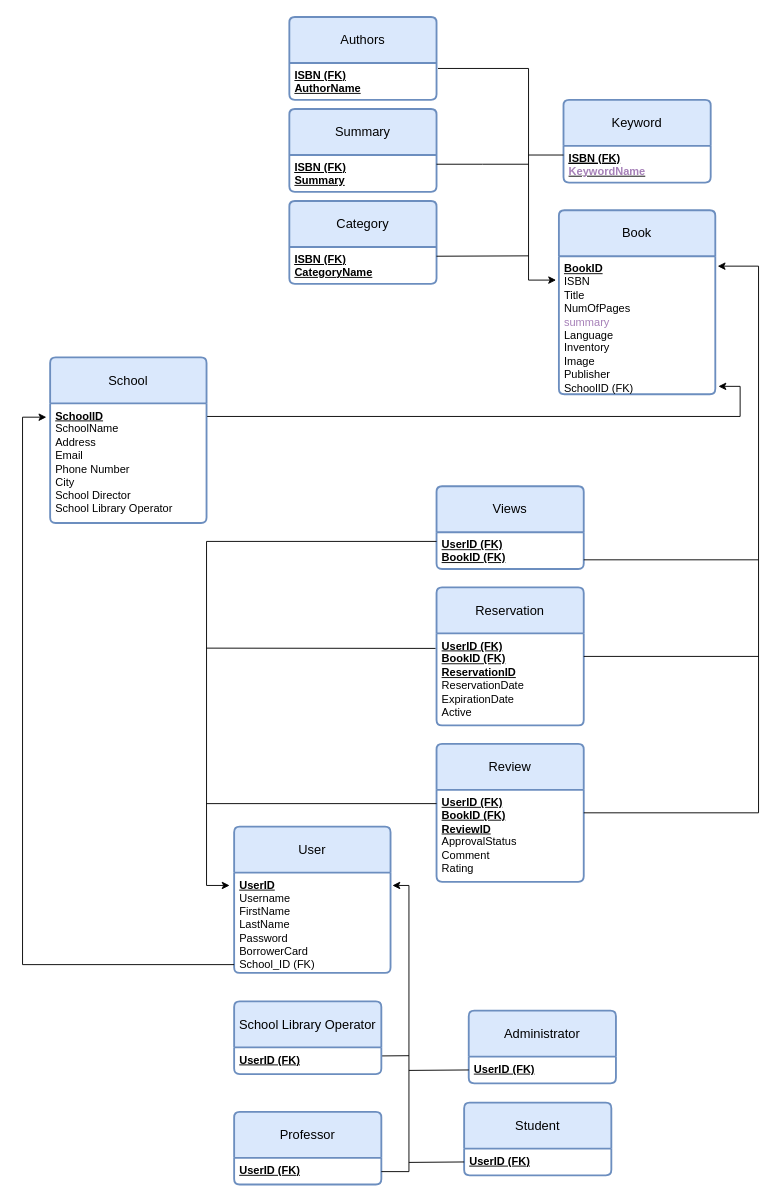
ntua-el19877/Databases keeps this draw.io diagram as diagrams/Prosxedio-relational.drawio. Above is the earlier version. Source tidied: cells renumbered, new cells numbered last; positions are measured from the earlier drawing's top-left corner, leaving out a move shared by most shapes. Both pictures are drawn from the tidied source at 92%, with x=0, y=0 at pixel (22, 17).
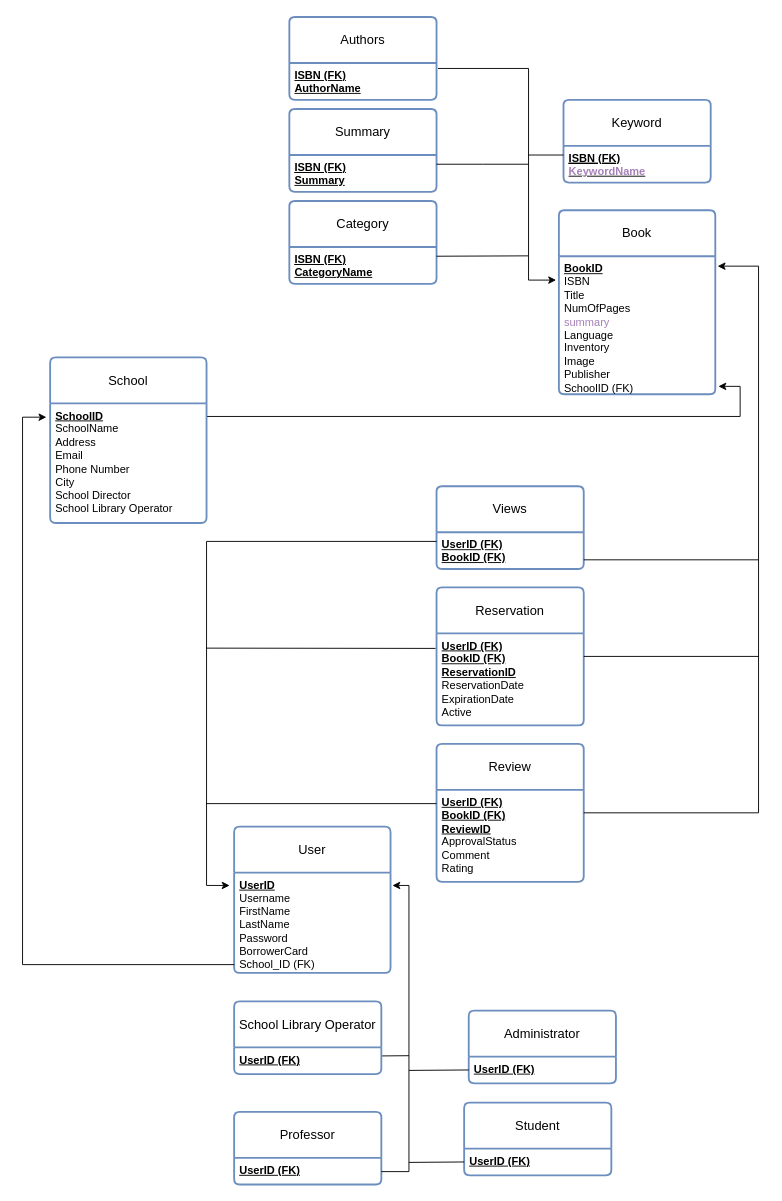
After the change.

Diff of the diagram source:
```diff
@@
-    <mxCell id="2" value="School" style="swimlane;horizontal=1;startSize=50;rounded=1;fontSize=14;fontStyle=0;strokeWidth=2;shadow=0;dashed=0;align=center;arcSize=4;whiteSpace=wrap;html=1;fillColor=#dae8fc;strokeColor=#6c8ebf;" parent="1" vertex="1">
+    <mxCell id="2" value="School" style="swimlane;horizontal=1;startSize=50;rounded=1;fontSize=14;fontStyle=0;strokeWidth=2;shadow=0;dashed=0;align=center;arcSize=4;whiteSpace=wrap;html=1;fillColor=default;strokeColor=#6c8ebf;" parent="1" vertex="1">
       <mxGeometry x="30" y="370" width="170" height="180" as="geometry" />
     </mxCell>
@@
-    <mxCell id="4" value="Book" style="swimlane;horizontal=1;startSize=50;rounded=1;fontSize=14;fontStyle=0;strokeWidth=2;shadow=0;dashed=0;align=center;arcSize=4;whiteSpace=wrap;html=1;fillColor=#dae8fc;strokeColor=#6c8ebf;" parent="1" vertex="1">
+    <mxCell id="4" value="Book" style="swimlane;horizontal=1;startSize=50;rounded=1;fontSize=14;fontStyle=0;strokeWidth=2;shadow=0;dashed=0;align=center;arcSize=4;whiteSpace=wrap;html=1;fillColor=default;strokeColor=#6c8ebf;" parent="1" vertex="1">
       <mxGeometry x="583" y="210" width="170" height="200" as="geometry" />
     </mxCell>
@@
-    <mxCell id="6" value="Keyword" style="swimlane;horizontal=1;startSize=50;rounded=1;fontSize=14;fontStyle=0;strokeWidth=2;shadow=0;dashed=0;align=center;arcSize=4;whiteSpace=wrap;html=1;fillColor=#dae8fc;strokeColor=#6c8ebf;" parent="1" vertex="1">
+    <mxCell id="6" value="Keyword" style="swimlane;horizontal=1;startSize=50;rounded=1;fontSize=14;fontStyle=0;strokeWidth=2;shadow=0;dashed=0;align=center;arcSize=4;whiteSpace=wrap;html=1;fillColor=default;strokeColor=#6c8ebf;" parent="1" vertex="1">
       <mxGeometry x="588" y="90" width="160" height="90" as="geometry" />
     </mxCell>
@@
-    <mxCell id="8" value="Category" style="swimlane;horizontal=1;startSize=50;rounded=1;fontSize=14;fontStyle=0;strokeWidth=2;shadow=0;dashed=0;align=center;arcSize=4;whiteSpace=wrap;html=1;fillColor=#dae8fc;strokeColor=#6c8ebf;" parent="1" vertex="1">
+    <mxCell id="8" value="Category" style="swimlane;horizontal=1;startSize=50;rounded=1;fontSize=14;fontStyle=0;strokeWidth=2;shadow=0;dashed=0;align=center;arcSize=4;whiteSpace=wrap;html=1;fillColor=default;strokeColor=#6c8ebf;" parent="1" vertex="1">
       <mxGeometry x="290" y="200" width="160" height="90" as="geometry" />
     </mxCell>
@@
-    <mxCell id="10" value="Authors" style="swimlane;horizontal=1;startSize=50;rounded=1;fontSize=14;fontStyle=0;strokeWidth=2;shadow=0;dashed=0;align=center;arcSize=4;whiteSpace=wrap;html=1;fillColor=#dae8fc;strokeColor=#6c8ebf;" parent="1" vertex="1">
+    <mxCell id="10" value="Authors" style="swimlane;horizontal=1;startSize=50;rounded=1;fontSize=14;fontStyle=0;strokeWidth=2;shadow=0;dashed=0;align=center;arcSize=4;whiteSpace=wrap;html=1;fillColor=default;strokeColor=#6c8ebf;" parent="1" vertex="1">
       <mxGeometry x="290" width="160" height="90" as="geometry" />
     </mxCell>
@@
-    <mxCell id="12" value="User" style="swimlane;horizontal=1;startSize=50;rounded=1;fontSize=14;fontStyle=0;strokeWidth=2;shadow=0;dashed=0;align=center;arcSize=4;whiteSpace=wrap;html=1;fillColor=#dae8fc;strokeColor=#6c8ebf;" parent="1" vertex="1">
+    <mxCell id="12" value="User" style="swimlane;horizontal=1;startSize=50;rounded=1;fontSize=14;fontStyle=0;strokeWidth=2;shadow=0;dashed=0;align=center;arcSize=4;whiteSpace=wrap;html=1;fillColor=default;strokeColor=#6c8ebf;" parent="1" vertex="1">
       <mxGeometry x="230" y="880" width="170" height="159" as="geometry" />
     </mxCell>
@@
-    <mxCell id="15" value="School Library Operator" style="swimlane;horizontal=1;startSize=50;rounded=1;fontSize=14;fontStyle=0;strokeWidth=2;shadow=0;dashed=0;align=center;arcSize=4;whiteSpace=wrap;html=1;fillColor=#dae8fc;strokeColor=#6c8ebf;" parent="1" vertex="1">
+    <mxCell id="15" value="School Library Operator" style="swimlane;horizontal=1;startSize=50;rounded=1;fontSize=14;fontStyle=0;strokeWidth=2;shadow=0;dashed=0;align=center;arcSize=4;whiteSpace=wrap;html=1;fillColor=default;strokeColor=#6c8ebf;" parent="1" vertex="1">
       <mxGeometry x="230" y="1070" width="160" height="79" as="geometry" />
     </mxCell>
@@
-    <mxCell id="17" value="Professor" style="swimlane;horizontal=1;startSize=50;rounded=1;fontSize=14;fontStyle=0;strokeWidth=2;shadow=0;dashed=0;align=center;arcSize=4;whiteSpace=wrap;html=1;fillColor=#dae8fc;strokeColor=#6c8ebf;" parent="1" vertex="1">
+    <mxCell id="17" value="Professor" style="swimlane;horizontal=1;startSize=50;rounded=1;fontSize=14;fontStyle=0;strokeWidth=2;shadow=0;dashed=0;align=center;arcSize=4;whiteSpace=wrap;html=1;fillColor=default;strokeColor=#6c8ebf;" parent="1" vertex="1">
       <mxGeometry x="230" y="1190" width="160" height="79" as="geometry" />
     </mxCell>
@@
-    <mxCell id="19" value="Administrator" style="swimlane;horizontal=1;startSize=50;rounded=1;fontSize=14;fontStyle=0;strokeWidth=2;shadow=0;dashed=0;align=center;arcSize=4;whiteSpace=wrap;html=1;fillColor=#dae8fc;strokeColor=#6c8ebf;" parent="1" vertex="1">
+    <mxCell id="19" value="Administrator" style="swimlane;horizontal=1;startSize=50;rounded=1;fontSize=14;fontStyle=0;strokeWidth=2;shadow=0;dashed=0;align=center;arcSize=4;whiteSpace=wrap;html=1;fillColor=default;strokeColor=#6c8ebf;" parent="1" vertex="1">
       <mxGeometry x="485" y="1080" width="160" height="79" as="geometry" />
     </mxCell>
@@
-    <mxCell id="21" value="Student" style="swimlane;horizontal=1;startSize=50;rounded=1;fontSize=14;fontStyle=0;strokeWidth=2;shadow=0;dashed=0;align=center;arcSize=4;whiteSpace=wrap;html=1;fillColor=#dae8fc;strokeColor=#6c8ebf;" parent="1" vertex="1">
+    <mxCell id="21" value="Student" style="swimlane;horizontal=1;startSize=50;rounded=1;fontSize=14;fontStyle=0;strokeWidth=2;shadow=0;dashed=0;align=center;arcSize=4;whiteSpace=wrap;html=1;fillColor=default;strokeColor=#6c8ebf;" parent="1" vertex="1">
       <mxGeometry x="480" y="1180" width="160" height="79" as="geometry" />
     </mxCell>
@@
-    <mxCell id="23" value="Review" style="swimlane;horizontal=1;startSize=50;rounded=1;fontSize=14;fontStyle=0;strokeWidth=2;shadow=0;dashed=0;align=center;arcSize=4;whiteSpace=wrap;html=1;fillColor=#dae8fc;strokeColor=#6c8ebf;" parent="1" vertex="1">
+    <mxCell id="23" value="Review" style="swimlane;horizontal=1;startSize=50;rounded=1;fontSize=14;fontStyle=0;strokeWidth=2;shadow=0;dashed=0;align=center;arcSize=4;whiteSpace=wrap;html=1;fillColor=default;strokeColor=#6c8ebf;" parent="1" vertex="1">
       <mxGeometry x="450" y="790" width="160" height="150" as="geometry" />
     </mxCell>
@@
-    <mxCell id="25" value="Views" style="swimlane;horizontal=1;startSize=50;rounded=1;fontSize=14;fontStyle=0;strokeWidth=2;shadow=0;dashed=0;align=center;arcSize=4;whiteSpace=wrap;html=1;fillColor=#dae8fc;strokeColor=#6c8ebf;" parent="1" vertex="1">
+    <mxCell id="25" value="Views" style="swimlane;horizontal=1;startSize=50;rounded=1;fontSize=14;fontStyle=0;strokeWidth=2;shadow=0;dashed=0;align=center;arcSize=4;whiteSpace=wrap;html=1;fillColor=default;strokeColor=#6c8ebf;" parent="1" vertex="1">
       <mxGeometry x="450" y="510" width="160" height="90" as="geometry" />
     </mxCell>
@@
-    <mxCell id="27" value="Reservation" style="swimlane;horizontal=1;startSize=50;rounded=1;fontSize=14;fontStyle=0;strokeWidth=2;shadow=0;dashed=0;align=center;arcSize=4;whiteSpace=wrap;html=1;fillColor=#dae8fc;strokeColor=#6c8ebf;" parent="1" vertex="1">
+    <mxCell id="27" value="Reservation" style="swimlane;horizontal=1;startSize=50;rounded=1;fontSize=14;fontStyle=0;strokeWidth=2;shadow=0;dashed=0;align=center;arcSize=4;whiteSpace=wrap;html=1;fillColor=default;strokeColor=#6c8ebf;" parent="1" vertex="1">
       <mxGeometry x="450" y="620" width="160" height="150" as="geometry" />
     </mxCell>
@@
-    <mxCell id="42" value="Summary" style="swimlane;horizontal=1;startSize=50;rounded=1;fontSize=14;fontStyle=0;strokeWidth=2;shadow=0;dashed=0;align=center;arcSize=4;whiteSpace=wrap;html=1;fillColor=#dae8fc;strokeColor=#6c8ebf;" parent="1" vertex="1">
+    <mxCell id="42" value="Summary" style="swimlane;horizontal=1;startSize=50;rounded=1;fontSize=14;fontStyle=0;strokeWidth=2;shadow=0;dashed=0;align=center;arcSize=4;whiteSpace=wrap;html=1;fillColor=default;strokeColor=#6c8ebf;" parent="1" vertex="1">
       <mxGeometry x="290" y="100" width="160" height="90" as="geometry" />
     </mxCell>
```
